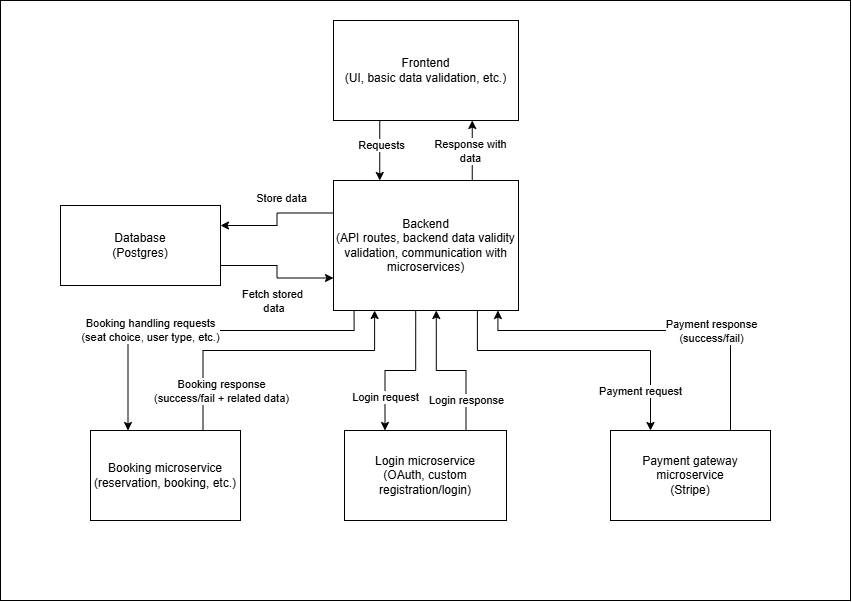
Earlier version of the draw.io export docs/architecture_diagram.png (mpomahac25/North-star-app). Source tidied: cells renumbered, new cells last; positions are measured from the earlier drawing's top-left corner, leaving out a move shared by most shapes.
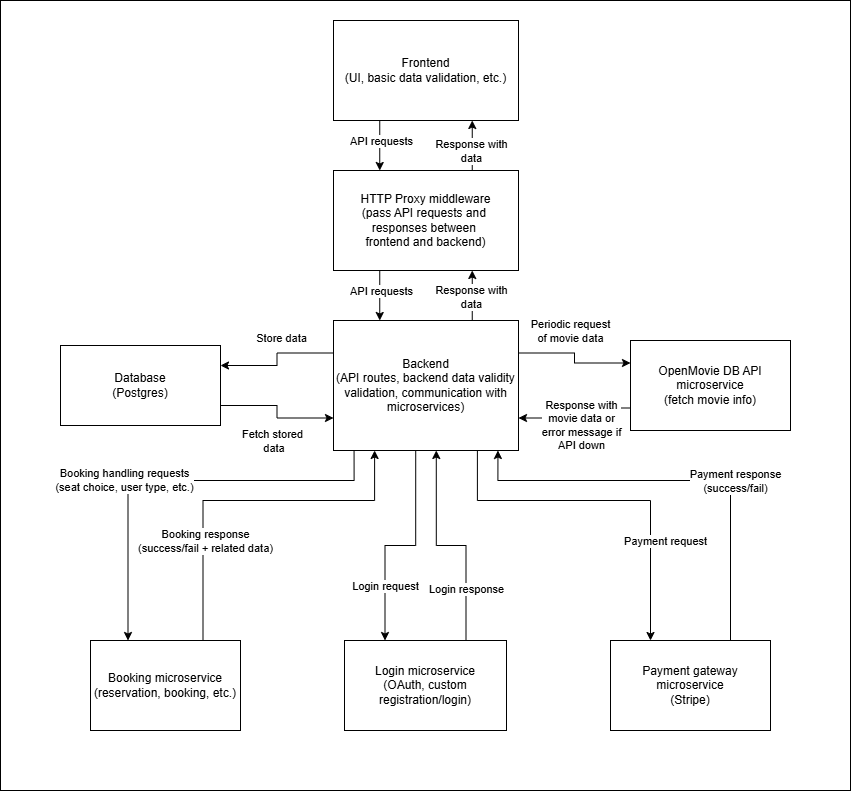
After the change.

Diff of the diagram source:
```diff
@@ -3,25 +3,20 @@
     <mxCell id="0" />
     <mxCell id="1" parent="0" />
     <mxCell id="2" style="rounded=0;whiteSpace=wrap;html=1;" parent="1" vertex="1">
-      <mxGeometry width="850" height="600" as="geometry" />
+      <mxGeometry width="850" height="790" as="geometry" />
     </mxCell>
-    <mxCell id="3" style="edgeStyle=orthogonalEdgeStyle;rounded=0;jettySize=auto;html=1;exitX=0.25;exitY=1;exitDx=0;exitDy=0;entryX=0.25;entryY=0;entryDx=0;entryDy=0;" parent="1" edge="1" source="5" target="16">
+    <mxCell id="3" style="edgeStyle=orthogonalEdgeStyle;rounded=0;jettySize=auto;html=1;exitX=0.25;exitY=1;exitDx=0;exitDy=0;entryX=0.25;entryY=0;entryDx=0;entryDy=0;" parent="1" edge="1" source="5" target="37">
       <mxGeometry relative="1" as="geometry" />
     </mxCell>
-    <mxCell id="4" value="Requests" style="edgeLabel;html=1;align=center;verticalAlign=middle;" parent="3" vertex="1">
+    <mxCell id="4" value="API requests" style="edgeLabel;html=1;align=center;verticalAlign=middle;" parent="3" vertex="1">
       <mxGeometry x="-0.19" y="1" relative="1" as="geometry" />
     </mxCell>
     <mxCell id="5" value="Frontend&lt;div&gt;(UI, basic data validation, etc.)&lt;/div&gt;" style="rounded=0;whiteSpace=wrap;html=1;" parent="1" vertex="1">
       <mxGeometry x="333" y="20" width="185" height="100" as="geometry" />
     </mxCell>
-    <mxCell id="6" style="edgeStyle=orthogonalEdgeStyle;rounded=0;jettySize=auto;html=1;exitX=0.75;exitY=0;exitDx=0;exitDy=0;entryX=0.75;entryY=1;entryDx=0;entryDy=0;" parent="1" edge="1" source="16" target="5">
+    <mxCell id="6" style="edgeStyle=orthogonalEdgeStyle;rounded=0;jettySize=auto;html=1;exitX=0.75;exitY=0;exitDx=0;exitDy=0;entryX=0.75;entryY=1;entryDx=0;entryDy=0;" parent="1" edge="1" source="37" target="5">
       <mxGeometry relative="1" as="geometry" />
     </mxCell>
-    <mxCell id="7" value="Response with&lt;div&gt;data&lt;/div&gt;" style="edgeLabel;html=1;align=center;verticalAlign=middle;" parent="6" vertex="1">
-      <mxGeometry x="-0.01" y="-2" relative="1" as="geometry">
-        <mxPoint x="-4" as="offset" />
-      </mxGeometry>
-    </mxCell>
     <mxCell id="8" style="edgeStyle=orthogonalEdgeStyle;rounded=0;jettySize=auto;html=1;exitX=0;exitY=0.25;exitDx=0;exitDy=0;entryX=1;entryY=0.25;entryDx=0;entryDy=0;" parent="1" edge="1" source="16" target="19">
       <mxGeometry relative="1" as="geometry" />
     </mxCell>
@@ -33,8 +28,8 @@
     <mxCell id="10" style="edgeStyle=orthogonalEdgeStyle;rounded=0;jettySize=auto;html=1;exitX=0.111111;exitY=1;exitDx=0;exitDy=0;exitPerimeter=0;entryX=0.25;entryY=0;entryDx=0;entryDy=0;" parent="1" edge="1" source="16" target="21">
       <mxGeometry relative="1" as="geometry">
         <Array as="points">
-          <mxPoint x="353.6" y="330" />
-          <mxPoint x="127.5" y="330" />
+          <mxPoint x="353.6" y="480" />
+          <mxPoint x="127.5" y="480" />
         </Array>
       </mxGeometry>
     </mxCell>
@@ -54,8 +49,8 @@
     <mxCell id="14" style="edgeStyle=orthogonalEdgeStyle;rounded=0;jettySize=auto;html=1;exitX=0.777778;exitY=1;exitDx=0;exitDy=0;exitPerimeter=0;entryX=0.25;entryY=0;entryDx=0;entryDy=0;" parent="1" edge="1" source="16" target="22">
       <mxGeometry relative="1" as="geometry">
         <Array as="points">
-          <mxPoint x="476.9" y="350" />
-          <mxPoint x="650" y="350" />
+          <mxPoint x="476.9" y="500" />
+          <mxPoint x="650" y="500" />
         </Array>
       </mxGeometry>
     </mxCell>
@@ -64,8 +59,16 @@
         <mxPoint x="56" y="39" as="offset" />
       </mxGeometry>
     </mxCell>
+    <mxCell id="29" style="edgeStyle=orthogonalEdgeStyle;rounded=0;jettySize=auto;html=1;exitX=1;exitY=0.25;exitDx=0;exitDy=0;exitPerimeter=0;entryX=0;entryY=0.25;entryDx=0;entryDy=0;" parent="1" edge="1" source="16" target="31">
+      <mxGeometry relative="1" as="geometry" />
+    </mxCell>
+    <mxCell id="30" value="Periodic request&lt;div&gt;of movie data&lt;/div&gt;" style="edgeLabel;html=1;align=center;verticalAlign=middle;" parent="29" vertex="1">
+      <mxGeometry x="-0.25" relative="1" as="geometry">
+        <mxPoint x="6" y="-22" as="offset" />
+      </mxGeometry>
+    </mxCell>
     <mxCell id="16" value="Backend&lt;div&gt;(API routes, backend data validity validation, communication with microservices&lt;span style=&quot;background-color: transparent; color: light-dark(rgb(0, 0, 0), rgb(255, 255, 255));&quot;&gt;)&lt;/span&gt;&lt;/div&gt;" style="rounded=0;whiteSpace=wrap;html=1;points=[[0,0,0,0,0],[0,0.25,0,0,0],[0,0.5,0,0,0],[0,0.75,0,0,0],[0,1,0,0,0],[0.111111,1,0,0,0],[0.222222,1,0,0,0],[0.25,0,0,0,0],[0.333333,1,0,0,0],[0.444444,1,0,0,0],[0.5,0,0,0,0],[0.555556,1,0,0,0],[0.666667,1,0,0,0],[0.75,0,0,0,0],[0.777778,1,0,0,0],[0.888889,1,0,0,0],[1,0,0,0,0],[1,0.25,0,0,0],[1,0.5,0,0,0],[1,0.75,0,0,0],[1,1,0,0,0]];" parent="1" vertex="1">
-      <mxGeometry x="333" y="180" width="185" height="130" as="geometry" />
+      <mxGeometry x="333" y="320" width="185" height="130" as="geometry" />
     </mxCell>
     <mxCell id="17" style="edgeStyle=orthogonalEdgeStyle;rounded=0;jettySize=auto;html=1;exitX=1;exitY=0.75;exitDx=0;exitDy=0;entryX=0;entryY=0.75;entryDx=0;entryDy=0;" parent="1" edge="1" source="19" target="16">
       <mxGeometry relative="1" as="geometry" />
@@ -76,22 +79,22 @@
       </mxGeometry>
     </mxCell>
     <mxCell id="19" value="Database&lt;div&gt;(Postgres)&lt;/div&gt;" style="rounded=0;whiteSpace=wrap;html=1;" parent="1" vertex="1">
-      <mxGeometry x="60" y="205" width="160" height="80" as="geometry" />
+      <mxGeometry x="60" y="345" width="160" height="80" as="geometry" />
     </mxCell>
     <mxCell id="20" value="Login microservice&lt;div&gt;(OAuth, custom registration/login)&lt;/div&gt;" style="rounded=0;whiteSpace=wrap;html=1;" parent="1" vertex="1">
-      <mxGeometry x="344" y="430" width="162" height="90" as="geometry" />
+      <mxGeometry x="344" y="640" width="162" height="90" as="geometry" />
     </mxCell>
     <mxCell id="21" value="Booking microservice&lt;div&gt;(reservation, booking, etc.)&lt;/div&gt;" style="rounded=0;whiteSpace=wrap;html=1;" parent="1" vertex="1">
-      <mxGeometry x="90" y="430" width="150" height="90" as="geometry" />
+      <mxGeometry x="90" y="640" width="150" height="90" as="geometry" />
     </mxCell>
     <mxCell id="22" value="Payment gateway microservice&lt;div&gt;(Stripe)&lt;/div&gt;" style="rounded=0;whiteSpace=wrap;html=1;" parent="1" vertex="1">
-      <mxGeometry x="610" y="430" width="160" height="90" as="geometry" />
+      <mxGeometry x="610" y="640" width="160" height="90" as="geometry" />
     </mxCell>
     <mxCell id="23" style="edgeStyle=orthogonalEdgeStyle;rounded=0;jettySize=auto;html=1;exitX=0.75;exitY=0;exitDx=0;exitDy=0;entryX=0.222222;entryY=1;entryDx=0;entryDy=0;entryPerimeter=0;" parent="1" edge="1" source="21" target="16">
       <mxGeometry relative="1" as="geometry">
         <Array as="points">
-          <mxPoint x="202.5" y="350" />
-          <mxPoint x="374.1" y="350" />
+          <mxPoint x="202.5" y="500" />
+          <mxPoint x="374.1" y="500" />
         </Array>
       </mxGeometry>
     </mxCell>
@@ -111,8 +114,8 @@
     <mxCell id="27" style="edgeStyle=orthogonalEdgeStyle;rounded=0;jettySize=auto;html=1;exitX=0.75;exitY=0;exitDx=0;exitDy=0;entryX=0.888889;entryY=1;entryDx=0;entryDy=0;entryPerimeter=0;" parent="1" edge="1" source="22" target="16">
       <mxGeometry relative="1" as="geometry">
         <Array as="points">
-          <mxPoint x="730" y="330" />
-          <mxPoint x="497.4" y="330" />
+          <mxPoint x="730" y="480" />
+          <mxPoint x="497.4" y="480" />
         </Array>
       </mxGeometry>
     </mxCell>
@@ -121,5 +124,38 @@
         <mxPoint x="61" as="offset" />
       </mxGeometry>
     </mxCell>
+    <mxCell id="31" value="OpenMovie DB API microservice&lt;div&gt;(fetch movie info)&lt;/div&gt;" style="rounded=0;whiteSpace=wrap;html=1;" parent="1" vertex="1">
+      <mxGeometry x="630" y="340" width="160" height="90" as="geometry" />
+    </mxCell>
+    <mxCell id="32" style="edgeStyle=orthogonalEdgeStyle;rounded=0;jettySize=auto;html=1;exitX=0;exitY=0.75;exitDx=0;exitDy=0;entryX=1;entryY=0.75;entryDx=0;entryDy=0;entryPerimeter=0;" parent="1" edge="1" source="31" target="16">
+      <mxGeometry relative="1" as="geometry" />
+    </mxCell>
+    <mxCell id="33" value="Response with&lt;div&gt;movie data or&lt;/div&gt;&lt;div&gt;error message if&lt;/div&gt;&lt;div&gt;API down&lt;/div&gt;" style="edgeLabel;html=1;align=center;verticalAlign=middle;" parent="32" vertex="1">
+      <mxGeometry x="0.01" y="-4" relative="1" as="geometry">
+        <mxPoint x="10" y="12" as="offset" />
+      </mxGeometry>
+    </mxCell>
+    <mxCell id="34" style="edgeStyle=orthogonalEdgeStyle;rounded=0;jettySize=auto;html=1;exitX=0.75;exitY=0;exitDx=0;exitDy=0;entryX=0.75;entryY=1;entryDx=0;entryDy=0;" parent="1" edge="1" source="16" target="37">
+      <mxGeometry relative="1" as="geometry" />
+    </mxCell>
+    <mxCell id="35" value="Response with&lt;div&gt;data&lt;/div&gt;" style="edgeLabel;html=1;align=center;verticalAlign=middle;" parent="34" vertex="1">
+      <mxGeometry x="-0.01" y="-2" relative="1" as="geometry">
+        <mxPoint x="-3" y="-145" as="offset" />
+      </mxGeometry>
+    </mxCell>
+    <mxCell id="36" value="Response with&lt;div&gt;data&lt;/div&gt;" style="edgeLabel;html=1;align=center;verticalAlign=middle;" parent="34" vertex="1">
+      <mxGeometry x="-0.04" y="1" relative="1" as="geometry" />
+    </mxCell>
+    <mxCell id="37" value="HTTP Proxy middleware&lt;div&gt;(pass API requests and&amp;nbsp;&lt;/div&gt;&lt;div&gt;responses between&amp;nbsp;&lt;/div&gt;&lt;div&gt;frontend and backend)&lt;/div&gt;" style="rounded=0;whiteSpace=wrap;html=1;" parent="1" vertex="1">
+      <mxGeometry x="333" y="170" width="185" height="100" as="geometry" />
+    </mxCell>
+    <mxCell id="38" style="edgeStyle=orthogonalEdgeStyle;rounded=0;jettySize=auto;html=1;exitX=0.25;exitY=1;exitDx=0;exitDy=0;entryX=0.25;entryY=0;entryDx=0;entryDy=0;entryPerimeter=0;" parent="1" edge="1" source="37" target="16">
+      <mxGeometry relative="1" as="geometry" />
+    </mxCell>
+    <mxCell id="39" value="API requests" style="edgeLabel;html=1;align=center;verticalAlign=middle;" parent="38" vertex="1">
+      <mxGeometry x="-0.27" y="-2" relative="1" as="geometry">
+        <mxPoint x="3" y="2" as="offset" />
+      </mxGeometry>
+    </mxCell>
   </root>
 </mxGraphModel>
```
